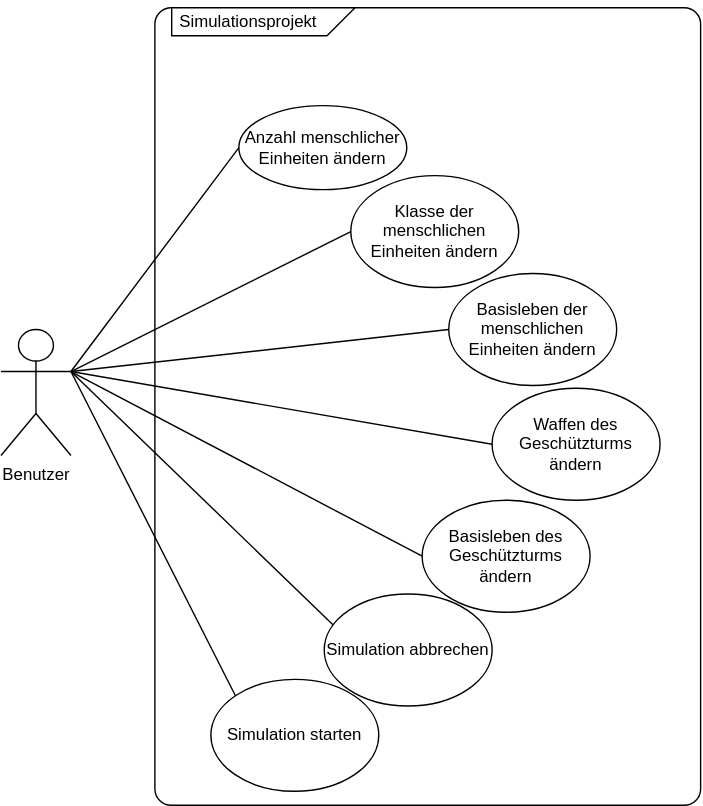
This is src/main/resources/Doku/UseCase.drawio.svg from schwabbeldabbel/tower, a draw.io export, as it was before one commit. Source tidied: cells renumbered, new cells last; positions are measured from the earlier drawing's top-left corner, leaving out a move shared by most shapes. Its diagram source:
```xml
<mxGraphModel>
  <root>
    <mxCell id="0" />
    <mxCell id="1" parent="0" />
    <mxCell id="2" style="rounded=1;whiteSpace=wrap;html=1;arcSize=3;" parent="1" vertex="1">
      <mxGeometry x="110" y="5" width="390" height="570" as="geometry" />
    </mxCell>
    <mxCell id="3" value="Basisleben der menschlichen Einheiten ändern" style="ellipse;whiteSpace=wrap;html=1;" parent="1" vertex="1">
      <mxGeometry x="320" y="195" width="120" height="80" as="geometry" />
    </mxCell>
    <mxCell id="4" value="Anzahl menschlicher Einheiten ändern" style="ellipse;whiteSpace=wrap;html=1;" parent="1" vertex="1">
      <mxGeometry x="170" y="75" width="120" height="60" as="geometry" />
    </mxCell>
    <mxCell id="5" value="Basisleben des Geschützturms ändern" style="ellipse;whiteSpace=wrap;html=1;" parent="1" vertex="1">
      <mxGeometry x="301" y="357" width="120" height="80" as="geometry" />
    </mxCell>
    <mxCell id="6" value="Klasse der menschlichen Einheiten ändern" style="ellipse;whiteSpace=wrap;html=1;" parent="1" vertex="1">
      <mxGeometry x="250" y="125" width="120" height="80" as="geometry" />
    </mxCell>
    <mxCell id="7" value="Waffen des Geschützturms ändern" style="ellipse;whiteSpace=wrap;html=1;" parent="1" vertex="1">
      <mxGeometry x="351" y="277" width="120" height="80" as="geometry" />
    </mxCell>
    <mxCell id="8" value="Simulation starten" style="ellipse;whiteSpace=wrap;html=1;" parent="1" vertex="1">
      <mxGeometry x="150" y="485" width="120" height="80" as="geometry" />
    </mxCell>
    <mxCell id="9" value="Simulation abbrechen" style="ellipse;whiteSpace=wrap;html=1;" parent="1" vertex="1">
      <mxGeometry x="231" y="424" width="120" height="80" as="geometry" />
    </mxCell>
    <mxCell id="10" style="rounded=0;jettySize=auto;html=1;exitX=1;exitY=0.3333333333333333;exitDx=0;exitDy=0;exitPerimeter=0;entryX=0;entryY=0.5;entryDx=0;entryDy=0;endArrow=none;endFill=0;" parent="1" edge="1" source="11" target="4">
      <mxGeometry relative="1" as="geometry" />
    </mxCell>
    <mxCell id="11" value="Benutzer" style="shape=umlActor;verticalLabelPosition=bottom;verticalAlign=top;html=1;outlineConnect=0;" parent="1" vertex="1">
      <mxGeometry y="235" width="50" height="90" as="geometry" />
    </mxCell>
    <mxCell id="12" style="rounded=0;jettySize=auto;html=1;exitX=1;exitY=0.3333333333333333;exitDx=0;exitDy=0;exitPerimeter=0;entryX=0;entryY=0.5;entryDx=0;entryDy=0;endArrow=none;endFill=0;" parent="1" edge="1" source="11" target="6">
      <mxGeometry relative="1" as="geometry" />
    </mxCell>
    <mxCell id="13" style="rounded=0;jettySize=auto;html=1;entryX=0;entryY=0.5;entryDx=0;entryDy=0;endArrow=none;endFill=0;" parent="1" edge="1" target="3">
      <mxGeometry relative="1" as="geometry">
        <mxPoint x="50" y="265" as="sourcePoint" />
      </mxGeometry>
    </mxCell>
    <mxCell id="14" style="rounded=0;jettySize=auto;html=1;entryX=0;entryY=0.5;entryDx=0;entryDy=0;endArrow=none;endFill=0;exitX=1;exitY=0.3333333333333333;exitDx=0;exitDy=0;exitPerimeter=0;" parent="1" edge="1" source="11" target="7">
      <mxGeometry relative="1" as="geometry" />
    </mxCell>
    <mxCell id="15" style="rounded=0;jettySize=auto;html=1;entryX=0;entryY=0.5;entryDx=0;entryDy=0;endArrow=none;endFill=0;exitX=1;exitY=0.3333333333333333;exitDx=0;exitDy=0;exitPerimeter=0;" parent="1" edge="1" source="11" target="5">
      <mxGeometry relative="1" as="geometry" />
    </mxCell>
    <mxCell id="16" style="rounded=0;jettySize=auto;html=1;entryX=0.055;entryY=0.279;entryDx=0;entryDy=0;endArrow=none;endFill=0;exitX=1;exitY=0.3333333333333333;exitDx=0;exitDy=0;exitPerimeter=0;entryPerimeter=0;" parent="1" edge="1" source="11" target="9">
      <mxGeometry relative="1" as="geometry" />
    </mxCell>
    <mxCell id="17" style="rounded=0;jettySize=auto;html=1;entryX=0;entryY=0;entryDx=0;entryDy=0;endArrow=none;endFill=0;exitX=1;exitY=0.3333333333333333;exitDx=0;exitDy=0;exitPerimeter=0;" parent="1" edge="1" source="11" target="8">
      <mxGeometry relative="1" as="geometry" />
    </mxCell>
    <mxCell id="18" style="group;" parent="1" vertex="1">
      <mxGeometry x="122" width="131" height="30" as="geometry" />
    </mxCell>
    <mxCell id="19" style="shape=card;whiteSpace=wrap;html=1;rotation=-180;" parent="18" vertex="1">
      <mxGeometry y="5" width="131" height="20" as="geometry" />
    </mxCell>
    <mxCell id="20" value="Simulationsprojekt" style="text;html=1;align=center;verticalAlign=middle;whiteSpace=wrap;rounded=0;" parent="18" vertex="1">
      <mxGeometry width="110" height="30" as="geometry" />
    </mxCell>
  </root>
</mxGraphModel>
```
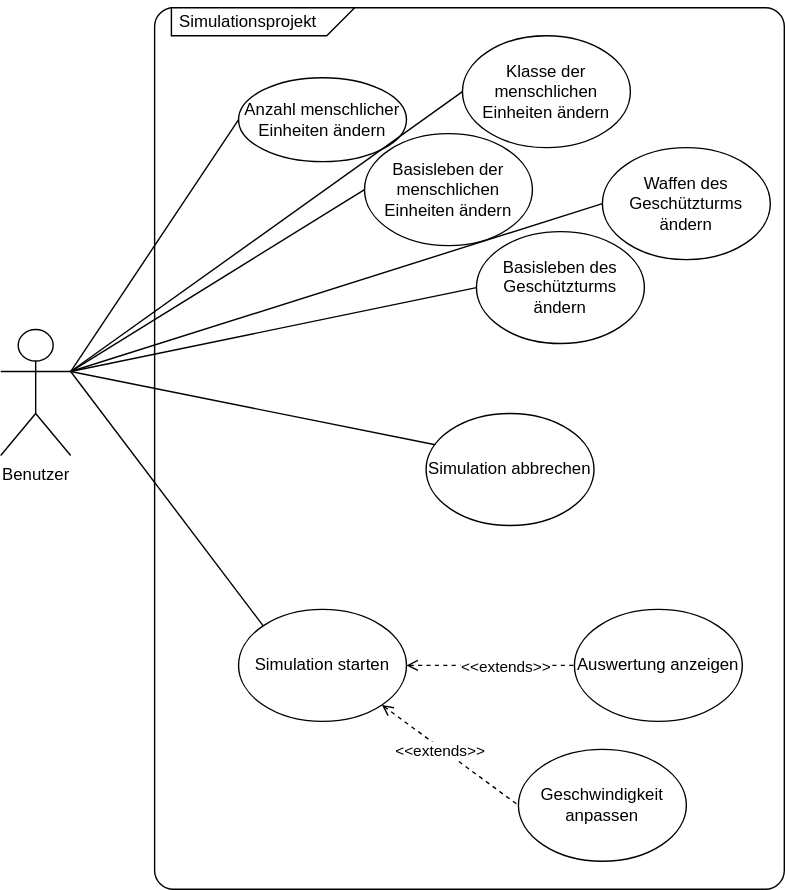
After the commit.

The edit, as a diff of the source:
```diff
@@ -2,29 +2,37 @@
   <root>
     <mxCell id="0" />
     <mxCell id="1" parent="0" />
-    <mxCell id="2" style="rounded=1;whiteSpace=wrap;html=1;arcSize=3;" parent="1" vertex="1">
-      <mxGeometry x="110" y="5" width="390" height="570" as="geometry" />
-    </mxCell>
+    <mxCell id="21" style="rounded=1;whiteSpace=wrap;html=1;arcSize=3;" parent="1" vertex="1">
+      <mxGeometry x="110" y="5" width="450" height="630" as="geometry" />
+    </mxCell>
     <mxCell id="3" value="Basisleben der menschlichen Einheiten ändern" style="ellipse;whiteSpace=wrap;html=1;" parent="1" vertex="1">
-      <mxGeometry x="320" y="195" width="120" height="80" as="geometry" />
+      <mxGeometry x="260" y="95" width="120" height="80" as="geometry" />
     </mxCell>
     <mxCell id="4" value="Anzahl menschlicher Einheiten ändern" style="ellipse;whiteSpace=wrap;html=1;" parent="1" vertex="1">
-      <mxGeometry x="170" y="75" width="120" height="60" as="geometry" />
+      <mxGeometry x="170" y="55" width="120" height="60" as="geometry" />
     </mxCell>
     <mxCell id="5" value="Basisleben des Geschützturms ändern" style="ellipse;whiteSpace=wrap;html=1;" parent="1" vertex="1">
-      <mxGeometry x="301" y="357" width="120" height="80" as="geometry" />
+      <mxGeometry x="340" y="165" width="120" height="80" as="geometry" />
     </mxCell>
     <mxCell id="6" value="Klasse der menschlichen Einheiten ändern" style="ellipse;whiteSpace=wrap;html=1;" parent="1" vertex="1">
-      <mxGeometry x="250" y="125" width="120" height="80" as="geometry" />
+      <mxGeometry x="330" y="25" width="120" height="80" as="geometry" />
     </mxCell>
     <mxCell id="7" value="Waffen des Geschützturms ändern" style="ellipse;whiteSpace=wrap;html=1;" parent="1" vertex="1">
-      <mxGeometry x="351" y="277" width="120" height="80" as="geometry" />
+      <mxGeometry x="430" y="105" width="120" height="80" as="geometry" />
     </mxCell>
+    <mxCell id="22" style="rounded=0;jettySize=auto;html=1;dashed=1;endArrow=none;endFill=0;startFill=0;startArrow=open;" parent="1" edge="1" source="8" target="25">
+      <mxGeometry relative="1" as="geometry" />
+    </mxCell>
+    <mxCell id="23" value="&amp;lt;&amp;lt;extends&amp;gt;&amp;gt;" style="edgeLabel;html=1;align=center;verticalAlign=middle;" parent="22" vertex="1">
+      <mxGeometry x="0.31" y="1" relative="1" as="geometry">
+        <mxPoint x="-9" y="1" as="offset" />
+      </mxGeometry>
+    </mxCell>
     <mxCell id="8" value="Simulation starten" style="ellipse;whiteSpace=wrap;html=1;" parent="1" vertex="1">
-      <mxGeometry x="150" y="485" width="120" height="80" as="geometry" />
+      <mxGeometry x="170" y="435" width="120" height="80" as="geometry" />
     </mxCell>
     <mxCell id="9" value="Simulation abbrechen" style="ellipse;whiteSpace=wrap;html=1;" parent="1" vertex="1">
-      <mxGeometry x="231" y="424" width="120" height="80" as="geometry" />
+      <mxGeometry x="304" y="295" width="120" height="80" as="geometry" />
     </mxCell>
     <mxCell id="10" style="rounded=0;jettySize=auto;html=1;exitX=1;exitY=0.3333333333333333;exitDx=0;exitDy=0;exitPerimeter=0;entryX=0;entryY=0.5;entryDx=0;entryDy=0;endArrow=none;endFill=0;" parent="1" edge="1" source="11" target="4">
       <mxGeometry relative="1" as="geometry" />
@@ -35,11 +43,11 @@
     <mxCell id="12" style="rounded=0;jettySize=auto;html=1;exitX=1;exitY=0.3333333333333333;exitDx=0;exitDy=0;exitPerimeter=0;entryX=0;entryY=0.5;entryDx=0;entryDy=0;endArrow=none;endFill=0;" parent="1" edge="1" source="11" target="6">
       <mxGeometry relative="1" as="geometry" />
     </mxCell>
-    <mxCell id="13" style="rounded=0;jettySize=auto;html=1;entryX=0;entryY=0.5;entryDx=0;entryDy=0;endArrow=none;endFill=0;" parent="1" edge="1" target="3">
-      <mxGeometry relative="1" as="geometry">
-        <mxPoint x="50" y="265" as="sourcePoint" />
-      </mxGeometry>
-    </mxCell>
+    <mxCell id="24" style="rounded=0;jettySize=auto;html=1;entryX=0;entryY=0.5;entryDx=0;entryDy=0;endArrow=none;endFill=0;" parent="1" edge="1" target="3">
+      <mxGeometry relative="1" as="geometry">
+        <mxPoint x="50" y="265" as="sourcePoint" />
+      </mxGeometry>
+    </mxCell>
     <mxCell id="14" style="rounded=0;jettySize=auto;html=1;entryX=0;entryY=0.5;entryDx=0;entryDy=0;endArrow=none;endFill=0;exitX=1;exitY=0.3333333333333333;exitDx=0;exitDy=0;exitPerimeter=0;" parent="1" edge="1" source="11" target="7">
       <mxGeometry relative="1" as="geometry" />
     </mxCell>
@@ -61,5 +69,17 @@
     <mxCell id="20" value="Simulationsprojekt" style="text;html=1;align=center;verticalAlign=middle;whiteSpace=wrap;rounded=0;" parent="18" vertex="1">
       <mxGeometry width="110" height="30" as="geometry" />
     </mxCell>
+    <mxCell id="25" value="Auswertung anzeigen" style="ellipse;whiteSpace=wrap;html=1;" parent="1" vertex="1">
+      <mxGeometry x="410" y="435" width="120" height="80" as="geometry" />
+    </mxCell>
+    <mxCell id="26" value="Geschwindigkeit anpassen" style="ellipse;whiteSpace=wrap;html=1;" parent="1" vertex="1">
+      <mxGeometry x="370" y="535" width="120" height="80" as="geometry" />
+    </mxCell>
+    <mxCell id="27" style="rounded=0;jettySize=auto;html=1;dashed=1;endArrow=none;endFill=0;exitX=1;exitY=1;exitDx=0;exitDy=0;entryX=0;entryY=0.5;entryDx=0;entryDy=0;startFill=0;startArrow=open;" parent="1" edge="1" source="8" target="26">
+      <mxGeometry relative="1" as="geometry" />
+    </mxCell>
+    <mxCell id="28" value="&amp;lt;&amp;lt;extends&amp;gt;&amp;gt;" style="edgeLabel;html=1;align=center;verticalAlign=middle;" parent="27" vertex="1">
+      <mxGeometry x="-0.13" y="-2" relative="1" as="geometry" />
+    </mxCell>
   </root>
 </mxGraphModel>
```
